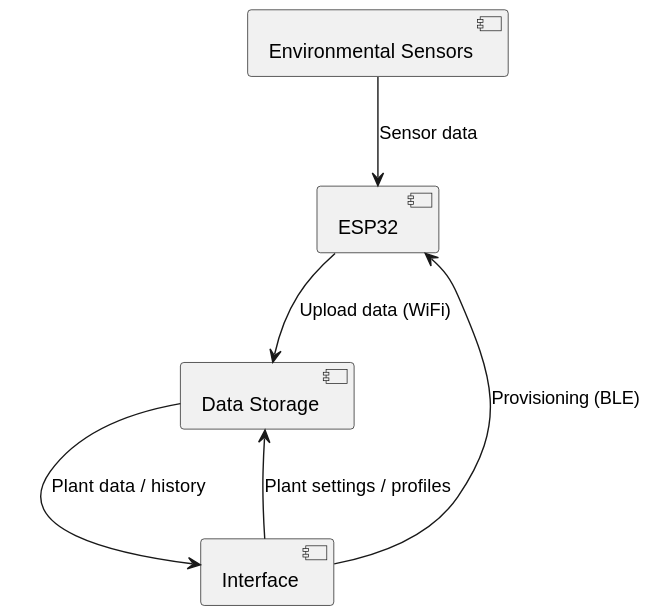
Earlier version of the PlantUML export docs/system-design/images/hw-diagram.svg (caseystijlaart/PlantHealthMonitoring). Its diagram source:
```plantuml
@startuml
component "Environmental Sensors" as ES
component "ESP32 " as ESP
component "Data Storage" as DS
component "Interface" as IF

ES --> ESP : Sensor data

ESP --> DS : Upload data (WiFi)
DS --> IF : Plant data / history

IF --> DS : Plant settings / profiles

IF --> ESP : Provisioning (BLE)
@enduml
```
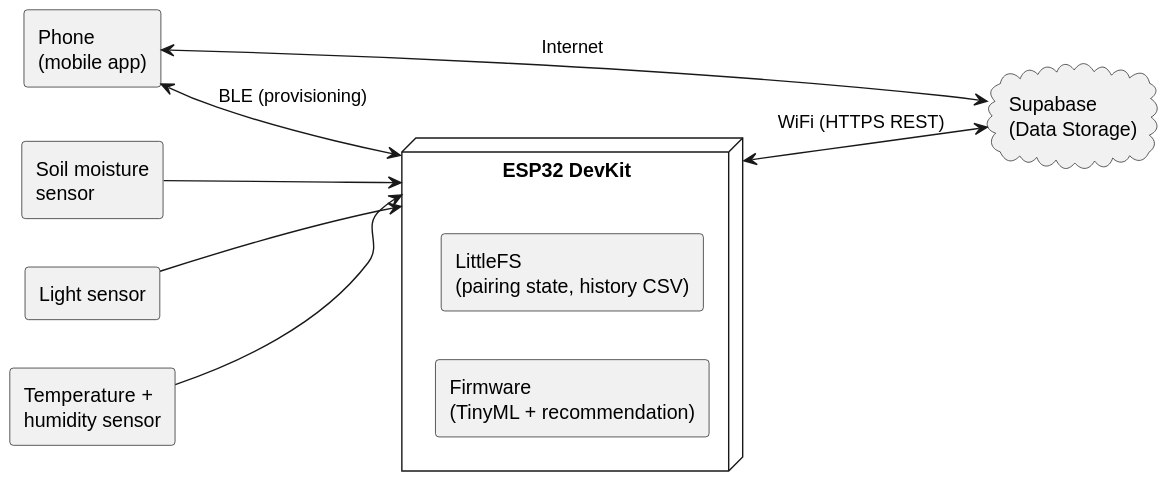
After the change.

Change to the diagram source:
```diff
@@ -1,15 +1,24 @@
 @startuml
-component "Environmental Sensors" as ES
-component "ESP32 " as ESP
-component "Data Storage" as DS
-component "Interface" as IF
+left to right direction
+skinparam componentStyle rectangle
 
-ES --> ESP : Sensor data
+node "ESP32 DevKit" as ESP {
+  component "Firmware\n(TinyML + recommendation)" as FW
+  component "LittleFS\n(pairing state, history CSV)" as LFS
+}
 
-ESP --> DS : Upload data (WiFi)
-DS --> IF : Plant data / history
+component "Soil moisture\nsensor" as Soil
+component "Temperature +\nhumidity sensor" as DHT
+component "Light sensor" as LDR
 
-IF --> DS : Plant settings / profiles
+cloud "Supabase\n(Data Storage)" as SB
+component "Phone\n(mobile app)" as App
 
-IF --> ESP : Provisioning (BLE)
+Soil --> ESP
+DHT --> ESP
+LDR --> ESP
+
+ESP <--> SB : WiFi (HTTPS REST)
+App <--> ESP : BLE (provisioning)
+App <--> SB : Internet
 @enduml
```
